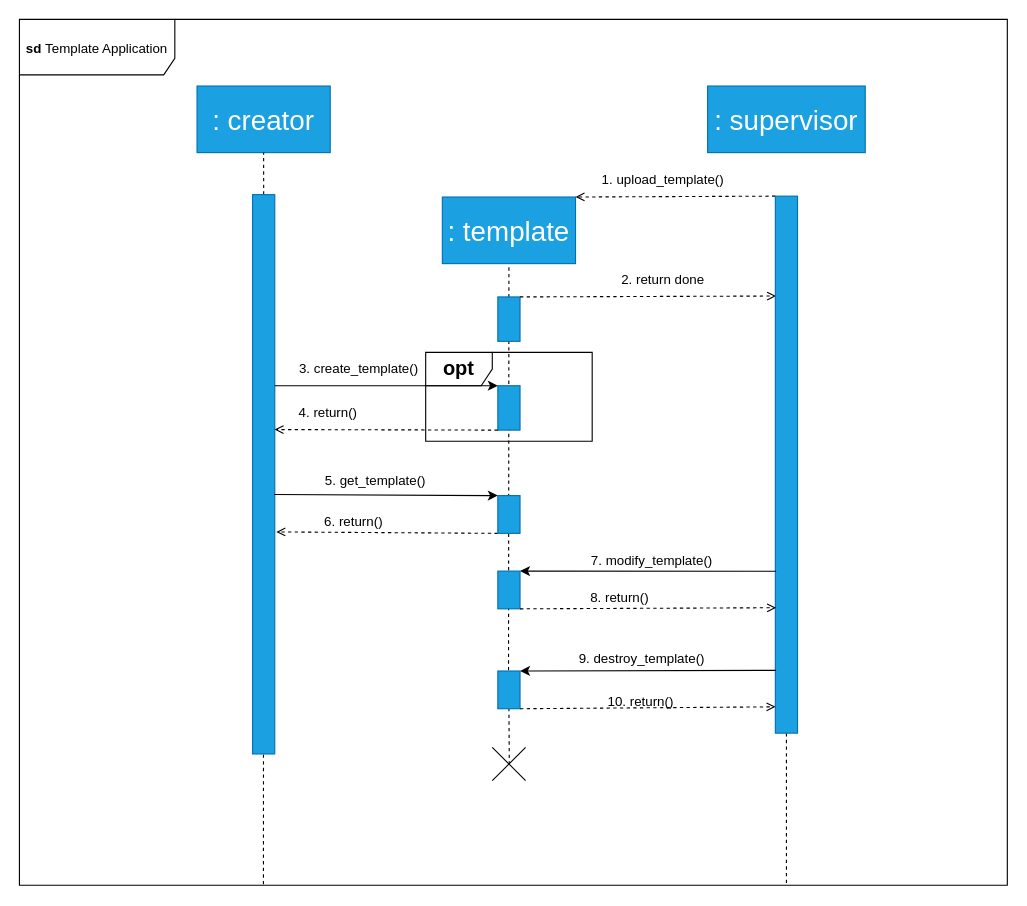
The draw.io diagram Documentation/Interaction Diagram/template application.drawio in Darrenchenn/Model-based-software-design, before the edit. Source tidied: cells renumbered, new cells numbered last; positions are measured from the earlier drawing's top-left corner, leaving out a move shared by most shapes. Both pictures are drawn from the tidied source at 111%, with x=0, y=0 at pixel (-17, 19).
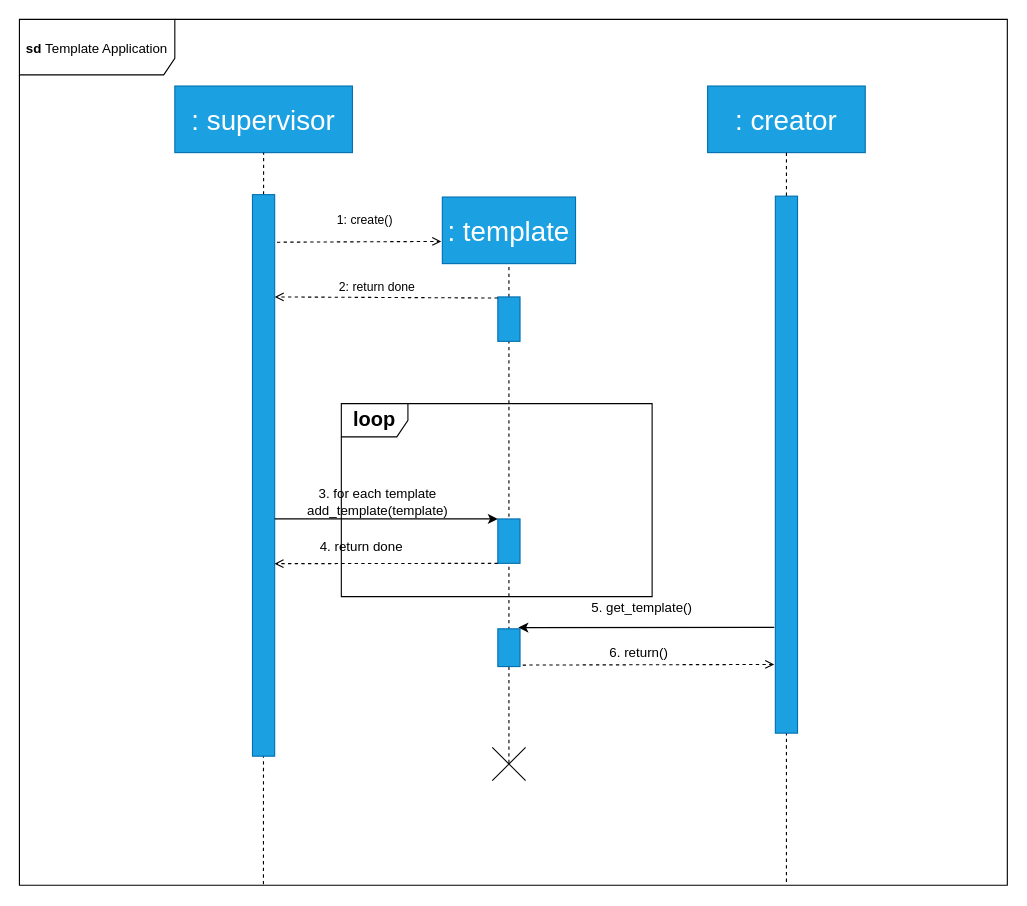
Above is the later version.

Commit message:
update template interaction

The change refers to these unchanged cells:
```xml
<mxCell id="4" value="&lt;font style=&quot;font-size: 25px;&quot;&gt;: template&lt;/font&gt;" style="rounded=0;whiteSpace=wrap;html=1;fillColor=#1ba1e2;strokeColor=#006EAF;glass=0;shadow=0;fontColor=#ffffff;" parent="1" vertex="1">
  <mxGeometry x="413" y="160" width="120" height="60" as="geometry" />
</mxCell>
<mxCell id="8" style="rounded=0;whiteSpace=wrap;html=1;rotation=90;fillColor=#1ba1e2;fontColor=#ffffff;strokeColor=#006EAF;" parent="1" vertex="1">
  <mxGeometry x="453" y="260" width="40" height="20" as="geometry" />
</mxCell>
<mxCell id="11" style="shape=umlDestroy;whiteSpace=wrap;html=1;strokeWidth=1;targetShapes=umlLifeline;" parent="1" vertex="1">
  <mxGeometry x="458" y="655.8" width="30" height="30" as="geometry" />
</mxCell>
<mxCell id="17" style="rounded=0;whiteSpace=wrap;html=1;rotation=90;fillColor=#1ba1e2;fontColor=#ffffff;strokeColor=#006EAF;" parent="1" vertex="1">
  <mxGeometry x="481.1" y="391.1" width="483.8" height="20" as="geometry" />
</mxCell>
```

Change to the diagram source:
```diff
@@
-    <mxCell id="2" style="endArrow=none;dashed=1;html=1;rounded=0;entryX=0.5;entryY=1;entryDx=0;entryDy=0;exitX=0.511;exitY=0.519;exitDx=0;exitDy=0;exitPerimeter=0;" parent="1" edge="1" source="29" target="4">
+    <mxCell id="2" style="endArrow=none;dashed=1;html=1;rounded=0;entryX=0.5;entryY=1;entryDx=0;entryDy=0;exitX=0.5;exitY=0.475;exitDx=0;exitDy=0;exitPerimeter=0;" parent="1" edge="1" source="11" target="4">
       <mxGeometry relative="1" as="geometry" />
     </mxCell>
-    <mxCell id="3" value="&lt;font style=&quot;font-size: 25px;&quot;&gt;: creator&lt;/font&gt;" style="rounded=0;whiteSpace=wrap;html=1;fillColor=#1ba1e2;strokeColor=#006EAF;glass=0;shadow=0;fontColor=#ffffff;" parent="1" vertex="1">
-      <mxGeometry x="192" y="60" width="120" height="60" as="geometry" />
+    <mxCell id="3" value="&lt;font style=&quot;font-size: 25px;&quot;&gt;: supervisor&lt;/font&gt;" style="rounded=0;whiteSpace=wrap;html=1;fillColor=#1ba1e2;strokeColor=#006EAF;glass=0;shadow=0;fontColor=#ffffff;" parent="1" vertex="1">
+      <mxGeometry x="172" y="60" width="160" height="60" as="geometry" />
     </mxCell>
@@
-    <mxCell id="7" value="&lt;font style=&quot;font-size: 25px;&quot;&gt;:&amp;nbsp;supervisor&lt;/font&gt;" style="rounded=0;whiteSpace=wrap;html=1;fillColor=#1ba1e2;strokeColor=#006EAF;glass=0;shadow=0;fontColor=#ffffff;" parent="1" vertex="1">
+    <mxCell id="7" value="&lt;font style=&quot;font-size: 25px;&quot;&gt;: creator&lt;/font&gt;" style="rounded=0;whiteSpace=wrap;html=1;fillColor=#1ba1e2;strokeColor=#006EAF;glass=0;shadow=0;fontColor=#ffffff;" parent="1" vertex="1">
       <mxGeometry x="652" y="60" width="142" height="60" as="geometry" />
     </mxCell>
@@
-    <mxCell id="9" style="rounded=0;jettySize=auto;html=1;exitX=1;exitY=1;exitDx=0;exitDy=0;entryX=0.603;entryY=-0.069;entryDx=0;entryDy=0;dashed=1;endArrow=open;endFill=0;entryPerimeter=0;" parent="1" edge="1" source="10" target="13">
-      <mxGeometry relative="1" as="geometry" />
+    <mxCell id="9" style="rounded=0;orthogonalLoop=1;jettySize=auto;html=1;exitX=0.603;exitY=-0.069;exitDx=0;exitDy=0;entryX=0.624;entryY=1.05;entryDx=0;entryDy=0;dashed=1;endArrow=open;endFill=0;exitPerimeter=0;entryPerimeter=0;" parent="1" edge="1">
+      <mxGeometry relative="1" as="geometry">
+        <mxPoint x="473.4" y="581.7" as="sourcePoint" />
+        <mxPoint x="712" y="581.1" as="targetPoint" />
+      </mxGeometry>
     </mxCell>
     <mxCell id="10" style="rounded=0;whiteSpace=wrap;html=1;rotation=90;fillColor=#1ba1e2;fontColor=#ffffff;strokeColor=#006EAF;" parent="1" vertex="1">
-      <mxGeometry x="456" y="436" width="34" height="20" as="geometry" />
+      <mxGeometry x="456" y="556" width="34" height="20" as="geometry" />
     </mxCell>
@@
     <mxCell id="13" style="rounded=0;whiteSpace=wrap;html=1;rotation=90;fillColor=#1ba1e2;fontColor=#ffffff;strokeColor=#006EAF;" parent="1" vertex="1">
-      <mxGeometry x="0.1" y="399.8" width="503.9" height="20" as="geometry" />
+      <mxGeometry x="-1" y="400.8" width="505.9" height="20" as="geometry" />
     </mxCell>
-    <mxCell id="14" style="rounded=0;jettySize=auto;html=1;exitX=0;exitY=0;exitDx=0;exitDy=0;dashed=1;endArrow=open;endFill=0;entryX=0.186;entryY=0.966;entryDx=0;entryDy=0;entryPerimeter=0;" parent="1" edge="1" source="8" target="17">
-      <mxGeometry relative="1" as="geometry" />
-    </mxCell>
-    <mxCell id="15" style="rounded=0;jettySize=auto;html=1;exitX=0;exitY=1;exitDx=0;exitDy=0;entryX=1;entryY=0;entryDx=0;entryDy=0;dashed=1;endArrow=open;endFill=0;" parent="1" edge="1" source="17" target="4">
-      <mxGeometry relative="1" as="geometry" />
+    <mxCell id="15" style="rounded=0;orthogonalLoop=1;jettySize=auto;html=1;exitX=0;exitY=1;exitDx=0;exitDy=0;dashed=1;endArrow=open;endFill=0;" parent="1" edge="1">
+      <mxGeometry relative="1" as="geometry">
+        <mxPoint x="264" y="200.7" as="sourcePoint" />
+        <mxPoint x="412" y="200" as="targetPoint" />
+      </mxGeometry>
     </mxCell>
+    <mxCell id="40" value="1: create()" style="edgeLabel;html=1;align=center;verticalAlign=middle;" parent="15" vertex="1">
+      <mxGeometry x="-0.07" y="-3" relative="1" as="geometry">
+        <mxPoint x="9" y="-23" as="offset" />
+      </mxGeometry>
+    </mxCell>
-    <mxCell id="16" style="rounded=0;jettySize=auto;html=1;exitX=1;exitY=0.5;exitDx=0;exitDy=0;dashed=1;endArrow=none;endFill=0;" parent="1" edge="1" source="17">
+    <mxCell id="16" style="rounded=0;jettySize=auto;html=1;exitX=0.5;exitY=1;exitDx=0;exitDy=0;dashed=1;endArrow=none;endFill=0;" parent="1" edge="1" source="7">
       <mxGeometry relative="1" as="geometry">
         <mxPoint x="723" y="780" as="targetPoint" />
       </mxGeometry>
     </mxCell>
@@
-    <mxCell id="18" value="1. upload_template()" style="text;html=1;strokeColor=none;fillColor=none;align=center;verticalAlign=middle;whiteSpace=wrap;rounded=0;" parent="1" vertex="1">
-      <mxGeometry x="552" y="130" width="120" height="30" as="geometry" />
-    </mxCell>
-    <mxCell id="19" value="2. return done" style="text;html=1;strokeColor=none;fillColor=none;align=center;verticalAlign=middle;whiteSpace=wrap;rounded=0;" parent="1" vertex="1">
-      <mxGeometry x="552" y="220" width="120" height="30" as="geometry" />
-    </mxCell>
-    <mxCell id="20" style="endArrow=classic;html=1;rounded=0;exitX=0.536;exitY=0.026;exitDx=0;exitDy=0;exitPerimeter=0;entryX=0;entryY=1;entryDx=0;entryDy=0;" parent="1" edge="1" source="13" target="10">
-      <mxGeometry relative="1" as="geometry" />
+    <mxCell id="20" style="endArrow=classic;html=1;rounded=0;exitX=0.555;exitY=1.05;exitDx=0;exitDy=0;entryX=0.536;entryY=0.026;entryDx=0;entryDy=0;entryPerimeter=0;exitPerimeter=0;" parent="1" edge="1">
+      <mxGeometry relative="1" as="geometry">
+        <mxPoint x="712" y="547.7" as="sourcePoint" />
+        <mxPoint x="481.5" y="547.9" as="targetPoint" />
+      </mxGeometry>
     </mxCell>
     <mxCell id="21" value="5. get_template()" style="text;html=1;strokeColor=none;fillColor=none;align=center;verticalAlign=middle;whiteSpace=wrap;rounded=0;" parent="1" vertex="1">
-      <mxGeometry x="293" y="401" width="120" height="30" as="geometry" />
+      <mxGeometry x="533" y="514.8" width="120" height="30" as="geometry" />
     </mxCell>
     <mxCell id="22" value="6. return()&amp;nbsp;" style="text;html=1;strokeColor=none;fillColor=none;align=center;verticalAlign=middle;whiteSpace=wrap;rounded=0;" parent="1" vertex="1">
-      <mxGeometry x="275" y="438" width="120" height="30" as="geometry" />
+      <mxGeometry x="532" y="556" width="120" height="30" as="geometry" />
     </mxCell>
-    <mxCell id="23" style="rounded=0;whiteSpace=wrap;html=1;rotation=90;fillColor=#1ba1e2;fontColor=#ffffff;strokeColor=#006EAF;" parent="1" vertex="1">
-      <mxGeometry x="456" y="504" width="34" height="20" as="geometry" />
-    </mxCell>
-    <mxCell id="24" style="endArrow=classic;html=1;rounded=0;exitX=0.595;exitY=0.963;exitDx=0;exitDy=0;exitPerimeter=0;entryX=0;entryY=0;entryDx=0;entryDy=0;" parent="1" edge="1" target="23">
-      <mxGeometry relative="1" as="geometry">
-        <mxPoint x="713.7" y="497.1" as="sourcePoint" />
-      </mxGeometry>
-    </mxCell>
-    <mxCell id="25" value="7. modify_template()" style="text;html=1;strokeColor=none;fillColor=none;align=center;verticalAlign=middle;whiteSpace=wrap;rounded=0;" parent="1" vertex="1">
-      <mxGeometry x="542" y="473" width="120" height="30" as="geometry" />
-    </mxCell>
-    <mxCell id="26" style="rounded=0;jettySize=auto;html=1;exitX=1;exitY=0;exitDx=0;exitDy=0;entryX=0.663;entryY=0.963;entryDx=0;entryDy=0;entryPerimeter=0;dashed=1;endArrow=open;endFill=0;" parent="1" edge="1" source="23">
-      <mxGeometry relative="1" as="geometry">
-        <mxPoint x="713.7" y="530" as="targetPoint" />
-      </mxGeometry>
-    </mxCell>
-    <mxCell id="27" value="8. return()" style="text;html=1;strokeColor=none;fillColor=none;align=center;verticalAlign=middle;whiteSpace=wrap;rounded=0;" parent="1" vertex="1">
-      <mxGeometry x="513" y="506" width="120" height="30" as="geometry" />
-    </mxCell>
-    <mxCell id="28" style="endArrow=none;dashed=1;html=1;rounded=0;entryX=1;entryY=0.5;entryDx=0;entryDy=0;exitX=0.511;exitY=0.519;exitDx=0;exitDy=0;exitPerimeter=0;" parent="1" edge="1" source="11" target="29">
-      <mxGeometry relative="1" as="geometry" />
-    </mxCell>
-    <mxCell id="29" style="rounded=0;whiteSpace=wrap;html=1;rotation=90;fillColor=#1ba1e2;fontColor=#ffffff;strokeColor=#006EAF;" parent="1" vertex="1">
-      <mxGeometry x="456" y="594" width="34" height="20" as="geometry" />
-    </mxCell>
-    <mxCell id="30" style="endArrow=classic;html=1;rounded=0;exitX=0.883;exitY=0.966;exitDx=0;exitDy=0;exitPerimeter=0;entryX=0;entryY=0;entryDx=0;entryDy=0;" parent="1" edge="1" source="17" target="29">
-      <mxGeometry relative="1" as="geometry" />
-    </mxCell>
-    <mxCell id="31" value="9. destroy_template()" style="text;html=1;strokeColor=none;fillColor=none;align=center;verticalAlign=middle;whiteSpace=wrap;rounded=0;" parent="1" vertex="1">
-      <mxGeometry x="533" y="560.7" width="120" height="30" as="geometry" />
-    </mxCell>
-    <mxCell id="32" style="rounded=0;jettySize=auto;html=1;exitX=1;exitY=0;exitDx=0;exitDy=0;entryX=0.951;entryY=0.991;entryDx=0;entryDy=0;entryPerimeter=0;dashed=1;endArrow=open;endFill=0;" parent="1" edge="1" source="29" target="17">
-      <mxGeometry relative="1" as="geometry" />
-    </mxCell>
-    <mxCell id="33" value="10. return()" style="text;html=1;strokeColor=none;fillColor=none;align=center;verticalAlign=middle;whiteSpace=wrap;rounded=0;" parent="1" vertex="1">
-      <mxGeometry x="532" y="600" width="120" height="30" as="geometry" />
-    </mxCell>
-    <mxCell id="34" value="&lt;b style=&quot;font-size: 18px;&quot;&gt;opt&lt;/b&gt;" style="shape=umlFrame;whiteSpace=wrap;html=1;fontSize=18;" parent="1" vertex="1">
-      <mxGeometry x="398" y="300" width="150" height="80" as="geometry" />
+    <mxCell id="34" value="&lt;b&gt;loop&lt;/b&gt;" style="shape=umlFrame;whiteSpace=wrap;html=1;fontSize=18;" parent="1" vertex="1">
+      <mxGeometry x="322" y="346.1" width="280" height="173.9" as="geometry" />
     </mxCell>
     <mxCell id="35" style="rounded=0;whiteSpace=wrap;html=1;rotation=90;fillColor=#1ba1e2;fontColor=#ffffff;strokeColor=#006EAF;" parent="1" vertex="1">
-      <mxGeometry x="453" y="340" width="40" height="20" as="geometry" />
+      <mxGeometry x="453" y="460" width="40" height="20" as="geometry" />
     </mxCell>
     <mxCell id="36" style="endArrow=classic;html=1;rounded=0;exitX=0.414;exitY=0.025;exitDx=0;exitDy=0;exitPerimeter=0;entryX=0;entryY=1;entryDx=0;entryDy=0;" parent="1" edge="1">
       <mxGeometry relative="1" as="geometry">
-        <mxPoint x="262" y="330" as="sourcePoint" />
-        <mxPoint x="463" y="330" as="targetPoint" />
+        <mxPoint x="262" y="450" as="sourcePoint" />
+        <mxPoint x="463" y="450" as="targetPoint" />
       </mxGeometry>
     </mxCell>
-    <mxCell id="37" style="rounded=0;jettySize=auto;html=1;exitX=1;exitY=1;exitDx=0;exitDy=0;entryX=0.42;entryY=0.011;entryDx=0;entryDy=0;dashed=1;endArrow=open;endFill=0;entryPerimeter=0;" parent="1" edge="1" source="35" target="13">
-      <mxGeometry relative="1" as="geometry" />
+    <mxCell id="37" style="rounded=0;jettySize=auto;html=1;exitX=1;exitY=1;exitDx=0;exitDy=0;entryX=0.42;entryY=0.011;entryDx=0;entryDy=0;dashed=1;endArrow=open;endFill=0;entryPerimeter=0;" parent="1" edge="1" source="35">
+      <mxGeometry relative="1" as="geometry">
+        <mxPoint x="261.8" y="490.3" as="targetPoint" />
+      </mxGeometry>
     </mxCell>
-    <mxCell id="38" value="3. create_template()" style="text;html=1;strokeColor=none;fillColor=none;align=center;verticalAlign=middle;whiteSpace=wrap;rounded=0;" parent="1" vertex="1">
-      <mxGeometry x="278" y="300" width="120" height="30" as="geometry" />
+    <mxCell id="38" value="3. for each template&lt;br&gt;add_template(template)" style="text;html=1;strokeColor=none;fillColor=none;align=center;verticalAlign=middle;whiteSpace=wrap;rounded=0;" parent="1" vertex="1">
+      <mxGeometry x="278" y="420" width="154" height="30" as="geometry" />
     </mxCell>
-    <mxCell id="39" value="4. return()&amp;nbsp;" style="text;html=1;strokeColor=none;fillColor=none;align=center;verticalAlign=middle;whiteSpace=wrap;rounded=0;" parent="1" vertex="1">
-      <mxGeometry x="252" y="340" width="120" height="30" as="geometry" />
+    <mxCell id="39" value="4. return done&amp;nbsp;" style="text;html=1;strokeColor=none;fillColor=none;align=center;verticalAlign=middle;whiteSpace=wrap;rounded=0;" parent="1" vertex="1">
+      <mxGeometry x="282" y="460" width="120" height="30" as="geometry" />
     </mxCell>
+    <mxCell id="41" style="rounded=0;orthogonalLoop=1;jettySize=auto;html=1;exitX=1;exitY=1;exitDx=0;exitDy=0;entryX=0.42;entryY=0.011;entryDx=0;entryDy=0;dashed=1;endArrow=open;endFill=0;entryPerimeter=0;" parent="1" edge="1">
+      <mxGeometry relative="1" as="geometry">
+        <mxPoint x="463" y="251" as="sourcePoint" />
+        <mxPoint x="262" y="250" as="targetPoint" />
+      </mxGeometry>
+    </mxCell>
+    <mxCell id="42" value="2: return done" style="edgeLabel;html=1;align=center;verticalAlign=middle;" parent="41" vertex="1">
+      <mxGeometry x="0.19" y="-2" relative="1" as="geometry">
+        <mxPoint x="10" y="-8" as="offset" />
+      </mxGeometry>
+    </mxCell>
```
